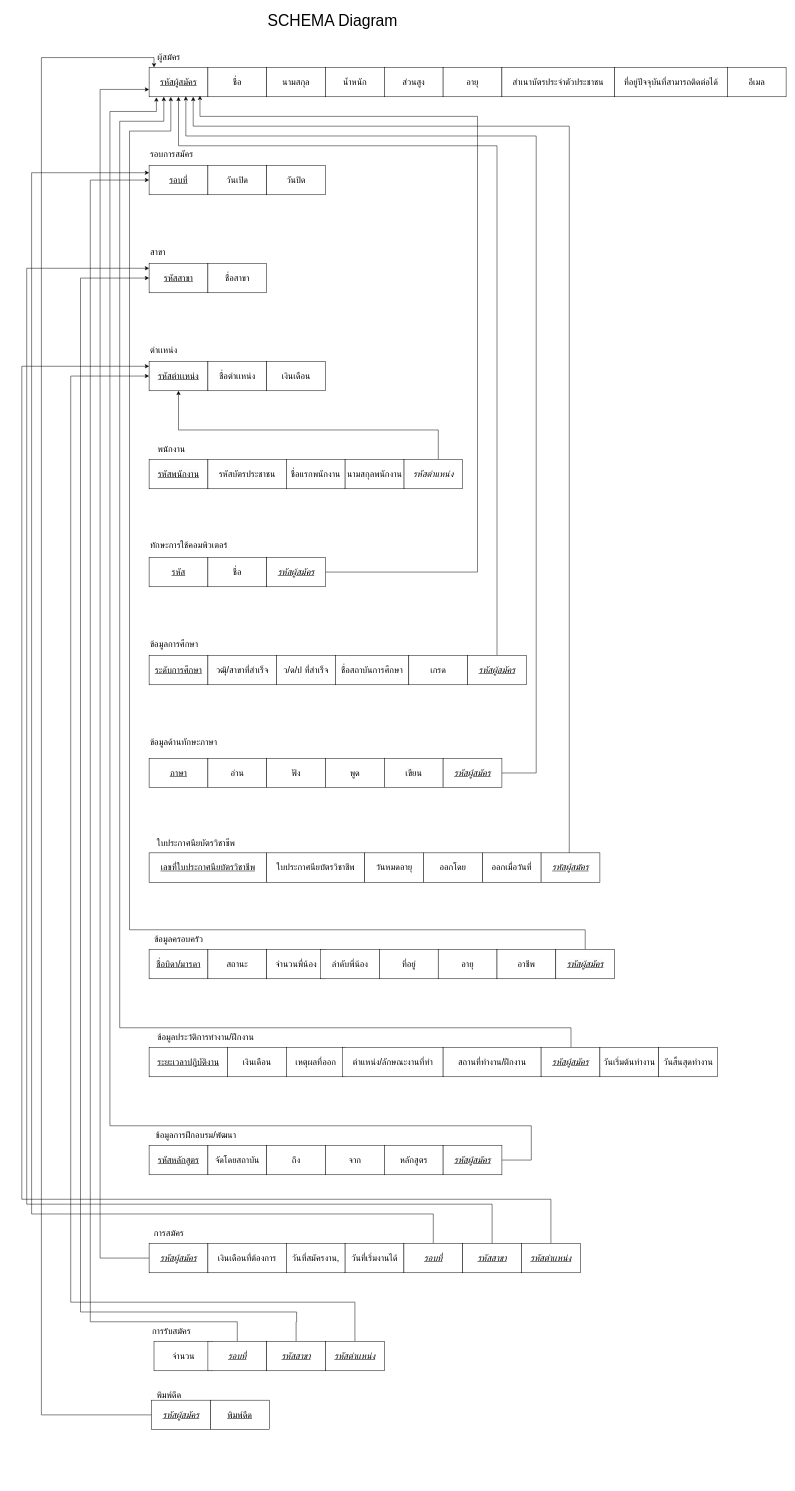
Exises/RandomSalt keeps this draw.io diagram as page "Page-6" (6 of 6) of YZ.drawio. Above is the earlier version. Source tidied: cells renumbered, new cells numbered last; positions are measured from the earlier drawing's top-left corner, leaving out a move shared by most shapes. Both pictures are drawn from the tidied source at 49%, with x=0, y=0 at pixel (22, 8).
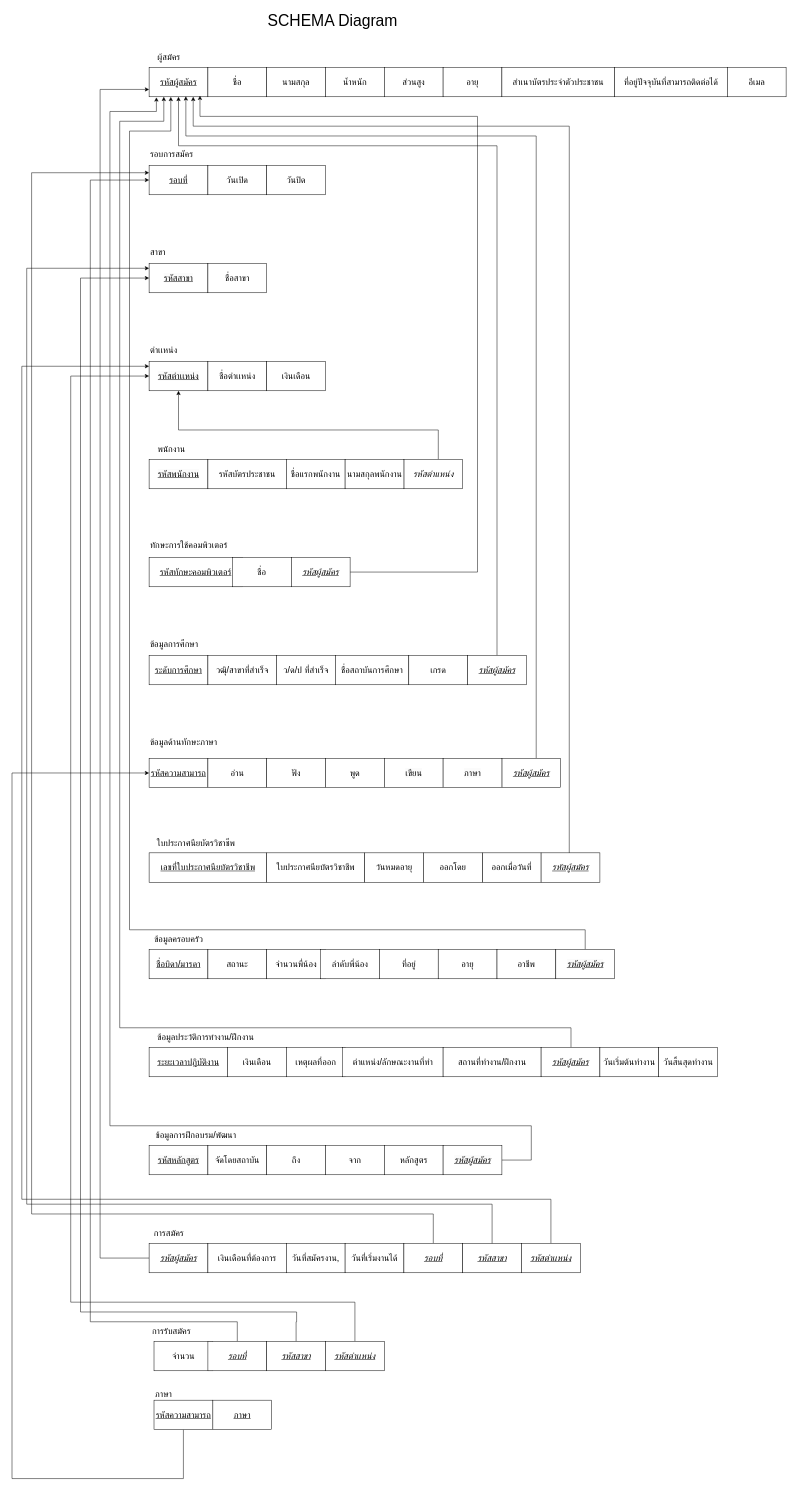
After the change.

Change to the diagram source:
```diff
@@
-    <mxCell id="32" value="&lt;u style=&quot;font-size: 18px; text-align: left; text-wrap-mode: nowrap;&quot;&gt;รหัส&lt;/u&gt;" style="rounded=0;whiteSpace=wrap;html=1;" parent="1" vertex="1">
-      <mxGeometry x="259.8" y="1120" width="120" height="60" as="geometry" />
+    <mxCell id="32" value="&lt;font style=&quot;text-align: left; text-wrap-mode: nowrap; font-size: 18px;&quot;&gt;&lt;u&gt;รหัส&lt;/u&gt;&lt;/font&gt;&lt;u style=&quot;text-align: left; text-wrap-mode: nowrap;&quot;&gt;&lt;span style=&quot;font-size: 18px; color: light-dark(rgb(0, 0, 0), rgb(237, 237, 237)); background-color: transparent;&quot;&gt;ทักษะ&lt;/span&gt;&lt;span style=&quot;font-size: 18px; color: light-dark(rgb(0, 0, 0), rgb(237, 237, 237)); background-color: transparent;&quot;&gt;คอมพิวเตอร์&lt;/span&gt;&lt;/u&gt;" style="rounded=0;whiteSpace=wrap;html=1;" parent="1" vertex="1">
+      <mxGeometry x="259.8" y="1120" width="190.2" height="60" as="geometry" />
     </mxCell>
     <mxCell id="33" value="&lt;span style=&quot;font-size: 18px; text-align: left; text-wrap-mode: nowrap;&quot;&gt;ชื่อ&lt;/span&gt;" style="rounded=0;whiteSpace=wrap;html=1;" parent="1" vertex="1">
-      <mxGeometry x="379.8" y="1120" width="120" height="60" as="geometry" />
+      <mxGeometry x="430" y="1120" width="120" height="60" as="geometry" />
     </mxCell>
@@
-    <mxCell id="43" value="&lt;u style=&quot;color: rgb(0, 0, 0); text-align: left; text-wrap-mode: nowrap; font-size: 18px; background-color: rgb(251, 251, 251);&quot;&gt;ภาษา&lt;/u&gt;" style="rounded=0;whiteSpace=wrap;html=1;" parent="1" vertex="1">
+    <mxCell id="43" value="&lt;span style=&quot;font-size: 18px;&quot;&gt;&lt;u&gt;รหัสความสามารถ&lt;/u&gt;&lt;/span&gt;" style="rounded=0;whiteSpace=wrap;html=1;" parent="1" vertex="1">
       <mxGeometry x="259.8" y="1530" width="120" height="60" as="geometry" />
     </mxCell>
@@
     <mxCell id="49" value="&lt;span style=&quot;color: light-dark(rgb(0, 0, 0), rgb(255, 255, 255)); text-align: left; text-wrap-mode: nowrap; background-color: transparent; font-size: 18px;&quot;&gt;&lt;i&gt;&lt;u&gt;รหัสผู้สมัคร&lt;/u&gt;&lt;/i&gt;&lt;/span&gt;" style="rounded=0;whiteSpace=wrap;html=1;" parent="1" vertex="1">
-      <mxGeometry x="859.8" y="1530" width="120" height="60" as="geometry" />
+      <mxGeometry x="979.8" y="1530" width="120" height="60" as="geometry" />
     </mxCell>
@@
-    <mxCell id="98" value="&lt;span style=&quot;text-align: left;&quot;&gt;พิมพ์ดีด&lt;/span&gt;" style="text;align=center;verticalAlign=middle;strokeColor=none;fillColor=none;html=1;fontSize=18;" parent="1" vertex="1">
-      <mxGeometry x="260" y="2810" width="80" height="40" as="geometry" />
-    </mxCell>
-    <mxCell id="99" style="edgeStyle=orthogonalEdgeStyle;rounded=0;jettySize=auto;html=1;" parent="1" edge="1" source="100">
-      <mxGeometry relative="1" as="geometry">
-        <mxPoint x="269.8" y="120" as="targetPoint" />
-        <Array as="points">
-          <mxPoint x="40" y="2870" />
-          <mxPoint x="40" y="100" />
-          <mxPoint x="270" y="100" />
-        </Array>
-      </mxGeometry>
-    </mxCell>
-    <mxCell id="100" value="&lt;u style=&quot;font-size: 18px;&quot;&gt;&lt;i&gt;รหัสผู้สมัคร&lt;/i&gt;&lt;/u&gt;" style="rounded=0;whiteSpace=wrap;html=1;" parent="1" vertex="1">
-      <mxGeometry x="265" y="2840" width="120" height="60" as="geometry" />
-    </mxCell>
-    <mxCell id="101" value="&lt;u style=&quot;font-size: 18px; text-wrap-mode: nowrap; text-align: left;&quot;&gt;พิมพ์ดีด&lt;/u&gt;" style="rounded=0;whiteSpace=wrap;html=1;" parent="1" vertex="1">
-      <mxGeometry x="385.2" y="2840" width="119.8" height="60" as="geometry" />
-    </mxCell>
@@
     <mxCell id="111" value="&lt;i style=&quot;font-size: 18px;&quot;&gt;&lt;u&gt;รหัสผู้สมัคร&lt;/u&gt;&lt;/i&gt;" style="rounded=0;whiteSpace=wrap;html=1;" parent="1" vertex="1">
-      <mxGeometry x="499.8" y="1120" width="120" height="60" as="geometry" />
+      <mxGeometry x="550" y="1120" width="120" height="60" as="geometry" />
     </mxCell>
@@
+    <mxCell id="113" value="&lt;span style=&quot;color: rgb(0, 0, 0); text-align: left; text-wrap-mode: nowrap; font-size: 18px; background-color: rgb(251, 251, 251);&quot;&gt;ภาษา&lt;/span&gt;" style="rounded=0;whiteSpace=wrap;html=1;" parent="1" vertex="1">
+      <mxGeometry x="859.8" y="1530" width="120" height="60" as="geometry" />
+    </mxCell>
+    <mxCell id="114" value="&lt;span style=&quot;font-size: 18px; text-align: center;&quot;&gt;ภาษา&lt;/span&gt;" style="text;whiteSpace=wrap;html=1;" parent="1" vertex="1">
+      <mxGeometry x="269.8" y="2810" width="90" height="50" as="geometry" />
+    </mxCell>
+    <mxCell id="115" value="&lt;u style=&quot;font-size: 18px;&quot;&gt;ภาษา&lt;/u&gt;" style="rounded=0;whiteSpace=wrap;html=1;" parent="1" vertex="1">
+      <mxGeometry x="389.8" y="2840" width="119.8" height="60" as="geometry" />
+    </mxCell>
+    <mxCell id="116" style="edgeStyle=orthogonalEdgeStyle;rounded=0;jettySize=auto;html=1;entryX=0;entryY=0.5;entryDx=0;entryDy=0;" parent="1" edge="1" source="117" target="43">
+      <mxGeometry relative="1" as="geometry">
+        <Array as="points">
+          <mxPoint x="-20" y="3000" />
+          <mxPoint x="-20" y="1560" />
+        </Array>
+      </mxGeometry>
+    </mxCell>
+    <mxCell id="117" value="&lt;u style=&quot;font-size: 18px;&quot;&gt;รหัสความสามารถ&lt;/u&gt;" style="rounded=0;whiteSpace=wrap;html=1;" parent="1" vertex="1">
+      <mxGeometry x="269.8" y="2840" width="120" height="60" as="geometry" />
+    </mxCell>
```
